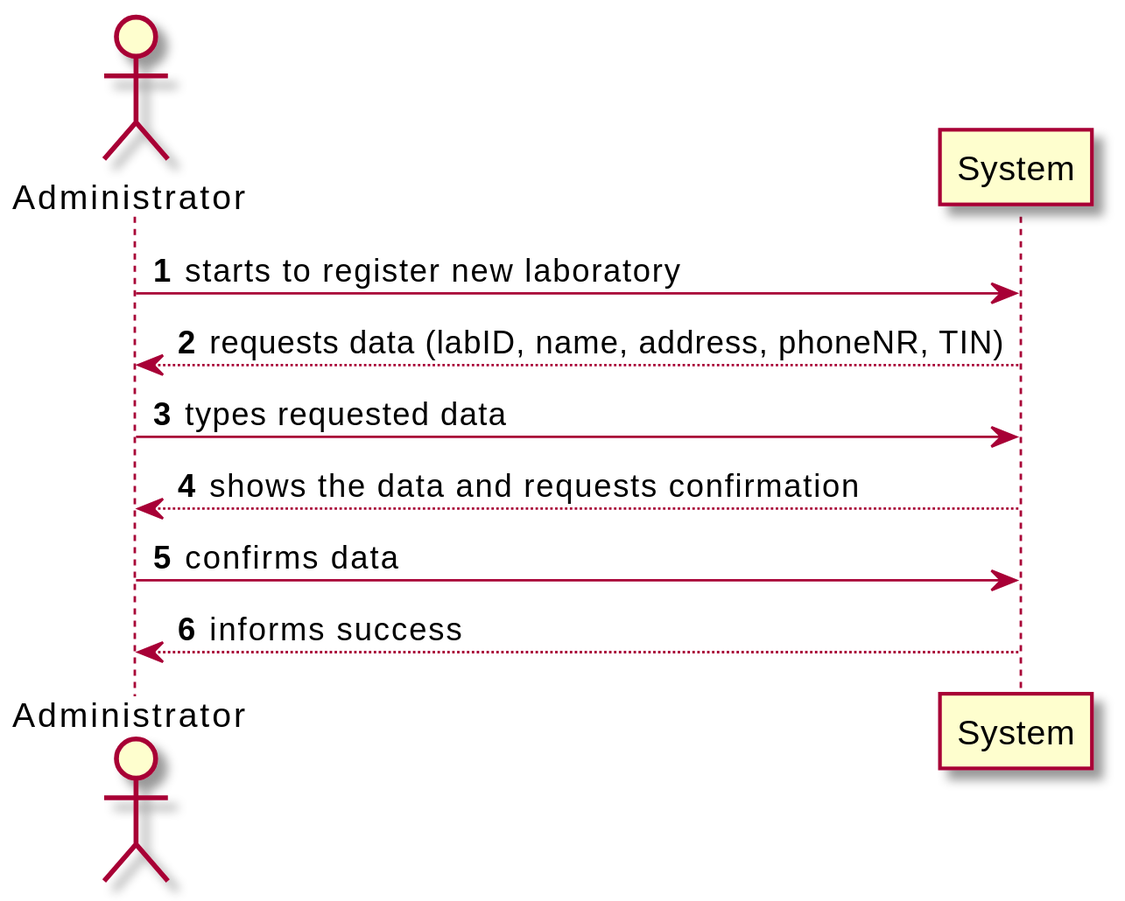
jsmarques98/LAPR2-ISEP keeps this PlantUML diagram as docs/SprintC/US8/US8_SSD.svg. Above is the earlier version. The source it was exported from:
```plantuml
@startuml

autonumber

actor  "Administrator" as Admin

Admin -> System: starts to register new laboratory
System --> Admin: requests data (labID, name, address, phoneNR, TIN)

Admin -> System: types requested data
System --> Admin: shows the data and requests confirmation

Admin -> System: confirms data
System --> Admin: informs success
@enduml
```
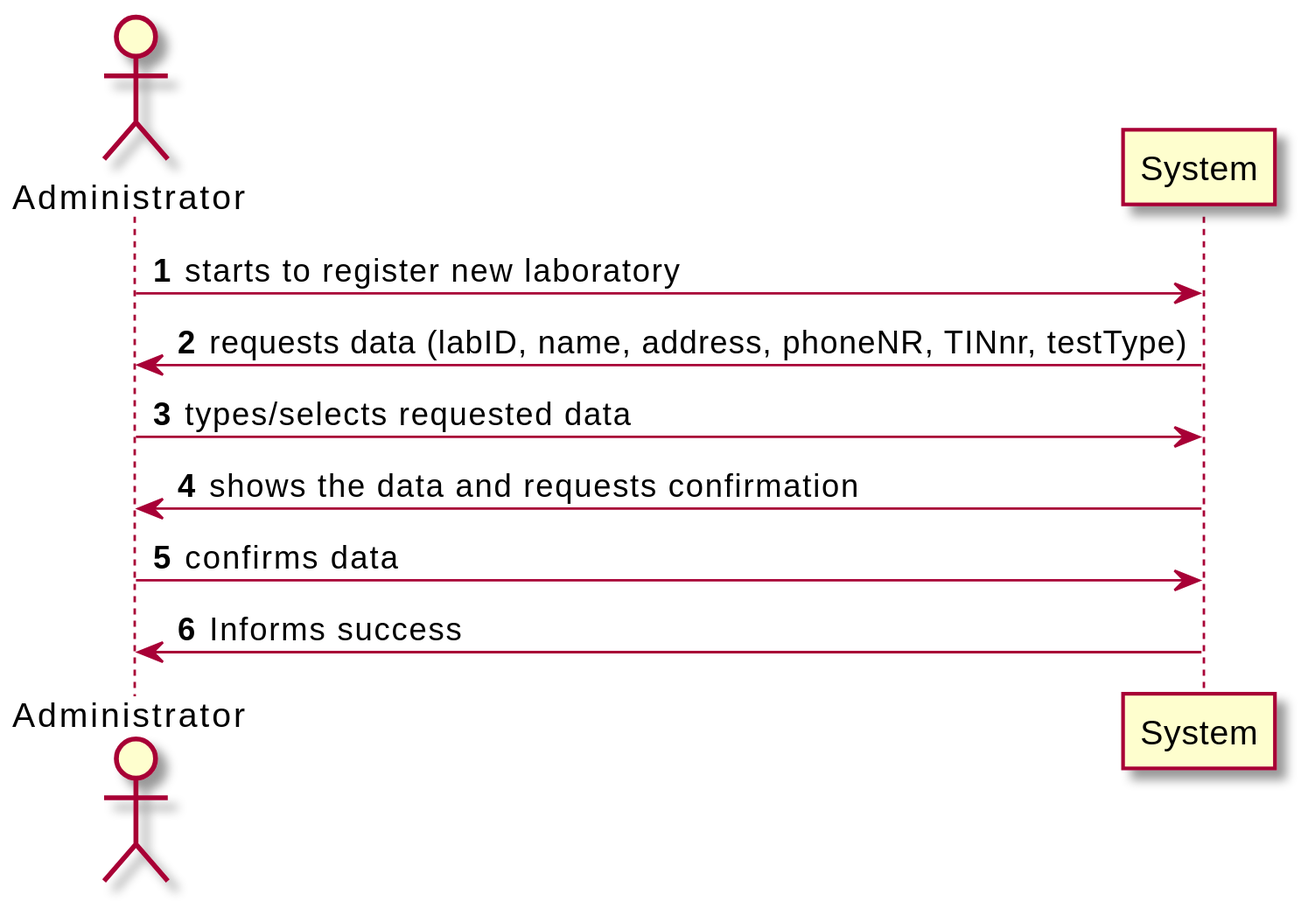
The same diagram one commit later.

Change to the diagram source:
```diff
@@ -1,15 +1,14 @@
 @startuml
-
 autonumber
 
 actor  "Administrator" as Admin
 
 Admin -> System: starts to register new laboratory
-System --> Admin: requests data (labID, name, address, phoneNR, TIN)
+System -> Admin: requests data (labID, name, address, phoneNR, TINnr, testType)
 
-Admin -> System: types requested data
-System --> Admin: shows the data and requests confirmation
+Admin -> System: types/selects requested data
+System  -> Admin: shows the data and requests confirmation
 
 Admin -> System: confirms data
-System --> Admin: informs success
+System -> Admin: Informs success
 @enduml
```
